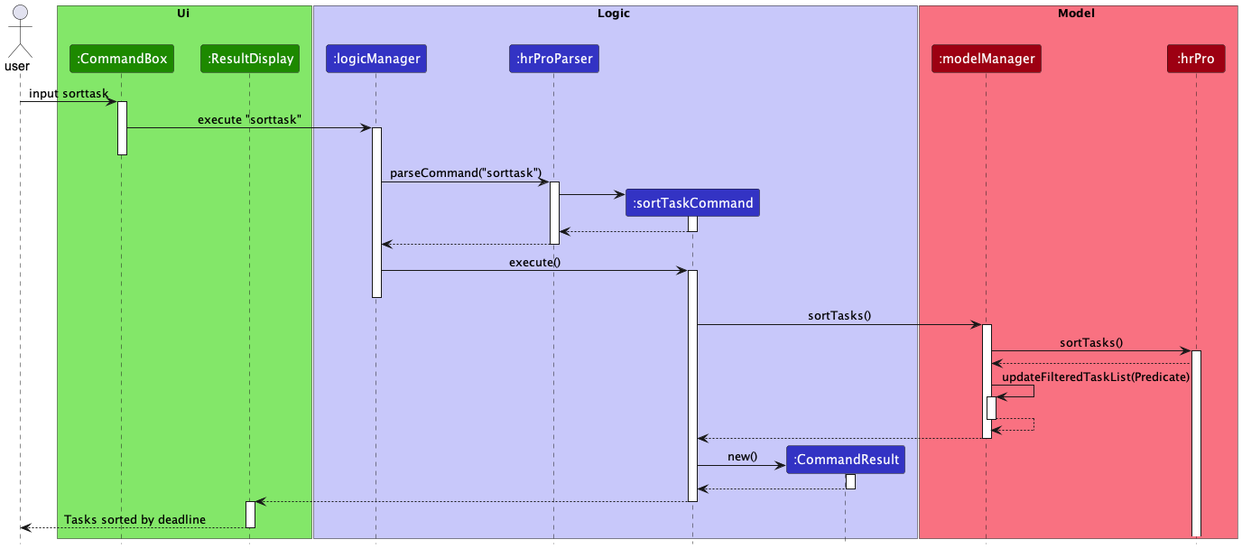
The PlantUML diagram docs/images/SortTaskSequenceDiagram.png in nus-cs2103-AY2223S1/tp, before a commit. Source of this version:
```plantuml
@startuml
!include style.puml

actor  user     as user

box Ui UI_COLOR_T1
participant ":CommandBox"  as commandBox UI_COLOR
participant ":ResultDisplay" as resultDisplay UI_COLOR
end box

box Logic LOGIC_COLOR_T1
participant ":logicManager"  as logicManager LOGIC_COLOR
participant ":hrProParser"  as hrProParser LOGIC_COLOR
participant ":hrProParser"  as hrProParser LOGIC_COLOR
participant ":sortTaskCommand"  as sortTaskCommand LOGIC_COLOR
participant ":CommandResult" as commandResult LOGIC_COLOR
end box

box Model MODEL_COLOR_T1
participant ":modelManager" as modelManager MODEL_COLOR
participant ":hrPro" as hrPro MODEL_COLOR
end box

user -> commandBox : input sorttask
activate commandBox

commandBox -> logicManager : execute "sorttask"
activate logicManager
deactivate commandBox

logicManager -> hrProParser : parseCommand("sorttask")
activate hrProParser

create sortTaskCommand
hrProParser -> sortTaskCommand
activate sortTaskCommand

sortTaskCommand --> hrProParser
deactivate sortTaskCommand

hrProParser --> logicManager
deactivate hrProParser

logicManager -> sortTaskCommand : execute()
activate sortTaskCommand
deactivate logicManager

sortTaskCommand -> modelManager : sortTasks()
activate modelManager

modelManager -> hrPro : sortTasks()
activate hrPro

hrPro --> modelManager

autoActivate on
modelManager -> modelManager :updateFilteredTaskList(Predicate)
return

modelManager --> sortTaskCommand

create commandResult
sortTaskCommand -> commandResult : new()
activate commandResult

commandResult --> sortTaskCommand
deactivate commandResult

sortTaskCommand --> resultDisplay
activate resultDisplay

resultDisplay --> user : Tasks sorted by deadline

@enduml
```
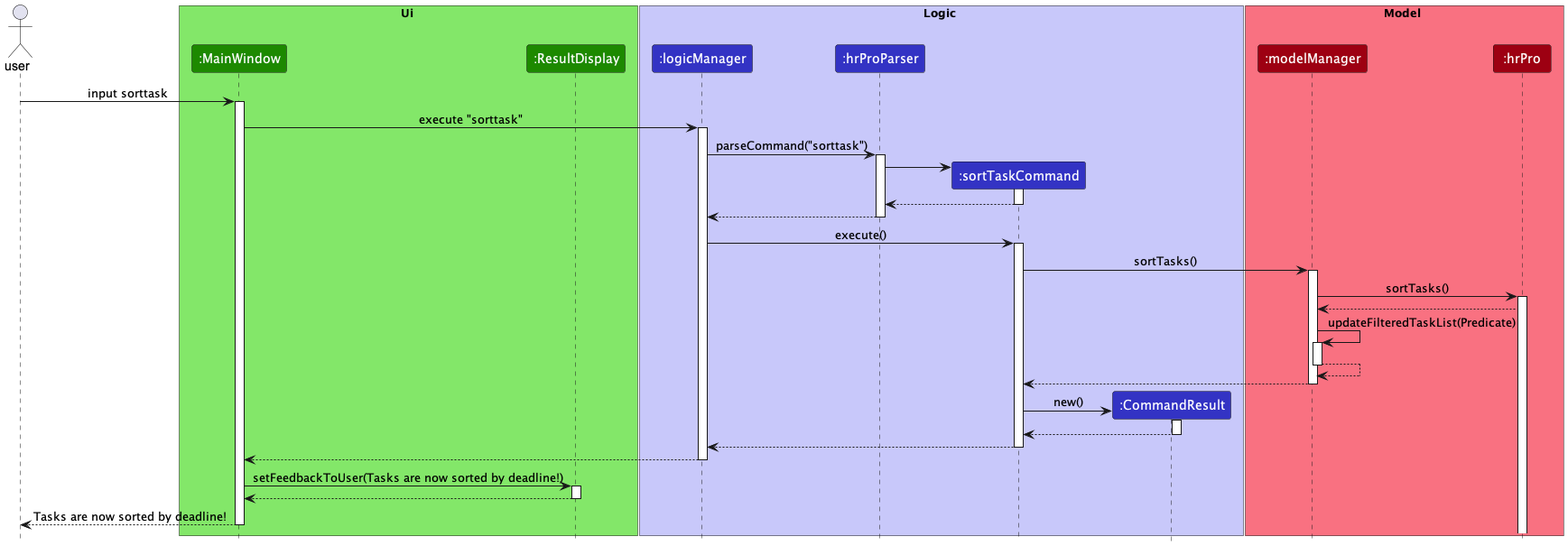
Above is the later version.

Commit message:
Update sequence diagram

Change to the diagram source:
```diff
@@ -4,7 +4,7 @@
 actor  user     as user
 
 box Ui UI_COLOR_T1
-participant ":CommandBox"  as commandBox UI_COLOR
+participant ":MainWindow"  as mainWindow UI_COLOR
 participant ":ResultDisplay" as resultDisplay UI_COLOR
 end box
 
@@ -21,12 +21,11 @@
 participant ":hrPro" as hrPro MODEL_COLOR
 end box
 
-user -> commandBox : input sorttask
-activate commandBox
+user -> mainWindow : input sorttask
+activate mainWindow
 
-commandBox -> logicManager : execute "sorttask"
+mainWindow -> logicManager : execute "sorttask"
 activate logicManager
-deactivate commandBox
 
 logicManager -> hrProParser : parseCommand("sorttask")
 activate hrProParser
@@ -43,7 +42,6 @@
 
 logicManager -> sortTaskCommand : execute()
 activate sortTaskCommand
-deactivate logicManager
 
 sortTaskCommand -> modelManager : sortTasks()
 activate modelManager
@@ -66,9 +64,14 @@
 commandResult --> sortTaskCommand
 deactivate commandResult
 
-sortTaskCommand --> resultDisplay
-activate resultDisplay
+sortTaskCommand --> logicManager
 
-resultDisplay --> user : Tasks sorted by deadline
+logicManager --> mainWindow
+
+mainWindow -> resultDisplay : setFeedbackToUser(Tasks are now sorted by deadline!)
+
+resultDisplay --> mainWindow
+
+mainWindow --> user : Tasks are now sorted by deadline!
 
 @enduml
```
